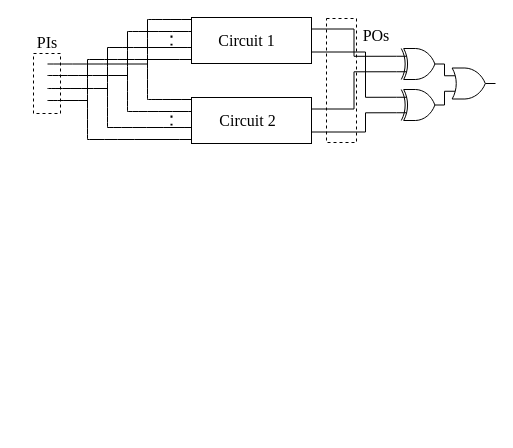
Before: dp/miter.drawio in hyw-num/alg, a draw.io diagram. Source tidied: cells renumbered, new cells numbered last; positions are measured from the earlier drawing's top-left corner, leaving out a move shared by most shapes. Both pictures are drawn from the tidied source at 100%, with x=0, y=0 at pixel (17, 17).
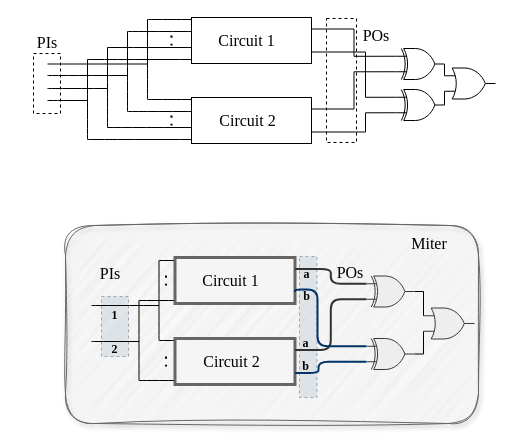
Above is the later version.

Change to the diagram source:
```diff
@@
+    <mxCell id="39" style="rounded=1;whiteSpace=wrap;html=1;fillColor=#f5f5f5;strokeColor=#666666;fontFamily=Times New Roman;shadow=1;labelBackgroundColor=none;glass=0;sketch=1;curveFitting=1;jiggle=2;fontColor=#333333;" parent="1" vertex="1">
+      <mxGeometry x="48" y="208" width="413" height="198" as="geometry" />
+    </mxCell>
+    <mxCell id="40" style="rounded=0;whiteSpace=wrap;html=1;dashed=1;fillColor=#bac8d3;strokeColor=#23445d;labelBackgroundColor=#D4E1F5;opacity=40;fontFamily=Times New Roman;" parent="1" vertex="1">
+      <mxGeometry x="84" y="279" width="27" height="60" as="geometry" />
+    </mxCell>
@@
+    <mxCell id="41" style="endArrow=none;html=1;rounded=0;fontSize=12;startSize=8;endSize=8;curved=1;fontFamily=Times New Roman;" parent="1" edge="1">
+      <mxGeometry relative="1" as="geometry">
+        <mxPoint x="141.5" y="243" as="sourcePoint" />
+        <mxPoint x="173.5" y="243" as="targetPoint" />
+      </mxGeometry>
+    </mxCell>
+    <mxCell id="42" style="endArrow=none;html=1;rounded=0;fontSize=12;startSize=8;endSize=8;curved=1;fontFamily=Times New Roman;" parent="1" edge="1">
+      <mxGeometry relative="1" as="geometry">
+        <mxPoint x="141.5" y="323" as="sourcePoint" />
+        <mxPoint x="173.5" y="323" as="targetPoint" />
+      </mxGeometry>
+    </mxCell>
+    <mxCell id="43" style="endArrow=none;html=1;rounded=0;fontSize=12;startSize=8;endSize=8;curved=1;fontFamily=Times New Roman;" parent="1" edge="1">
+      <mxGeometry relative="1" as="geometry">
+        <mxPoint x="141.5" y="323" as="sourcePoint" />
+        <mxPoint x="141.5" y="243" as="targetPoint" />
+      </mxGeometry>
+    </mxCell>
+    <mxCell id="44" style="endArrow=none;html=1;rounded=0;fontSize=12;startSize=8;endSize=8;curved=1;fontFamily=Times New Roman;" parent="1" edge="1">
+      <mxGeometry relative="1" as="geometry">
+        <mxPoint x="121.5" y="363" as="sourcePoint" />
+        <mxPoint x="173.5" y="363" as="targetPoint" />
+      </mxGeometry>
+    </mxCell>
+    <mxCell id="45" style="endArrow=none;html=1;rounded=0;fontSize=12;startSize=8;endSize=8;curved=1;fontFamily=Times New Roman;" parent="1" edge="1">
+      <mxGeometry relative="1" as="geometry">
+        <mxPoint x="121.5" y="283" as="sourcePoint" />
+        <mxPoint x="173.5" y="283" as="targetPoint" />
+      </mxGeometry>
+    </mxCell>
+    <mxCell id="46" style="endArrow=none;html=1;rounded=0;fontSize=12;startSize=8;endSize=8;curved=1;labelBackgroundColor=#D4E1F5;fontFamily=Times New Roman;" parent="1" edge="1">
+      <mxGeometry relative="1" as="geometry">
+        <mxPoint x="121.5" y="363" as="sourcePoint" />
+        <mxPoint x="121.5" y="283" as="targetPoint" />
+      </mxGeometry>
+    </mxCell>
+    <mxCell id="47" style="endArrow=none;html=1;rounded=0;fontSize=12;startSize=8;endSize=8;curved=1;labelBackgroundColor=#D4E1F5;fontFamily=Times New Roman;" parent="1" edge="1">
+      <mxGeometry relative="1" as="geometry">
+        <mxPoint x="74" y="324" as="sourcePoint" />
+        <mxPoint x="121.5" y="324" as="targetPoint" />
+      </mxGeometry>
+    </mxCell>
+    <mxCell id="48" style="endArrow=none;html=1;rounded=0;fontSize=12;startSize=8;endSize=8;curved=1;fontFamily=Times New Roman;" parent="1" edge="1">
+      <mxGeometry relative="1" as="geometry">
+        <mxPoint x="74" y="288" as="sourcePoint" />
+        <mxPoint x="141.5" y="288" as="targetPoint" />
+      </mxGeometry>
+    </mxCell>
+    <mxCell id="49" style="group;fillColor=none;fontFamily=Times New Roman;" parent="1" vertex="1">
+      <mxGeometry x="173.5" y="321" width="170" height="86" as="geometry" />
+    </mxCell>
+    <mxCell id="50" style="rounded=0;whiteSpace=wrap;html=1;fillColor=#f5f5f5;fontColor=#333333;strokeColor=#666666;strokeWidth=3;fontFamily=Times New Roman;" parent="49" vertex="1">
+      <mxGeometry x="-16" width="120" height="46" as="geometry" />
+    </mxCell>
+    <mxCell id="51" style="endArrow=none;dashed=1;html=1;dashPattern=1 3;strokeWidth=2;rounded=0;fontSize=12;startSize=8;endSize=8;curved=1;fontFamily=Times New Roman;" parent="49" edge="1">
+      <mxGeometry relative="1" as="geometry">
+        <mxPoint x="-25" y="28" as="sourcePoint" />
+        <mxPoint x="-25" y="12" as="targetPoint" />
+      </mxGeometry>
+    </mxCell>
+    <mxCell id="52" value="&lt;font&gt;Circuit 2&lt;/font&gt;" style="text;html=1;align=center;verticalAlign=middle;whiteSpace=wrap;rounded=0;fontSize=16;fontFamily=Times New Roman;" parent="49" vertex="1">
+      <mxGeometry x="8" y="8" width="65" height="30" as="geometry" />
+    </mxCell>
+    <mxCell id="53" style="rounded=0;whiteSpace=wrap;html=1;dashed=1;fillColor=#bac8d3;strokeColor=#23445d;opacity=40;fontFamily=Times New Roman;" parent="49" vertex="1">
+      <mxGeometry x="108.5" y="-82" width="17.5" height="141" as="geometry" />
+    </mxCell>
+    <mxCell id="54" value="&lt;b style=&quot;font-size: 12px;&quot;&gt;a&lt;/b&gt;" style="text;html=1;align=center;verticalAlign=middle;whiteSpace=wrap;rounded=0;fontSize=16;fontFamily=Times New Roman;" parent="49" vertex="1">
+      <mxGeometry x="87.5" y="-10" width="54.5" height="25" as="geometry" />
+    </mxCell>
+    <mxCell id="55" value="&lt;b style=&quot;font-size: 12px;&quot;&gt;b&lt;/b&gt;" style="text;html=1;align=center;verticalAlign=middle;whiteSpace=wrap;rounded=0;fontSize=16;fontFamily=Times New Roman;" parent="49" vertex="1">
+      <mxGeometry x="87.5" y="13" width="54.5" height="25" as="geometry" />
+    </mxCell>
+    <mxCell id="56" style="group;fillColor=none;strokeWidth=1;fontFamily=Times New Roman;" parent="1" vertex="1">
+      <mxGeometry x="173.5" y="240" width="199" height="52.5" as="geometry" />
+    </mxCell>
+    <mxCell id="57" style="rounded=0;whiteSpace=wrap;html=1;fillColor=#f5f5f5;fontColor=#333333;strokeColor=#666666;strokeWidth=3;fontFamily=Times New Roman;" parent="56" vertex="1">
+      <mxGeometry x="-16" width="120" height="46" as="geometry" />
+    </mxCell>
+    <mxCell id="58" style="endArrow=none;dashed=1;html=1;dashPattern=1 3;strokeWidth=2;rounded=0;fontSize=12;startSize=8;endSize=8;curved=1;fontFamily=Times New Roman;" parent="56" edge="1">
+      <mxGeometry relative="1" as="geometry">
+        <mxPoint x="-25" y="28" as="sourcePoint" />
+        <mxPoint x="-25" y="12" as="targetPoint" />
+      </mxGeometry>
+    </mxCell>
+    <mxCell id="59" value="&lt;font&gt;Circuit 1&lt;/font&gt;" style="text;html=1;align=center;verticalAlign=middle;whiteSpace=wrap;rounded=0;fontSize=16;fontFamily=Times New Roman;" parent="56" vertex="1">
+      <mxGeometry x="7" y="8" width="65" height="30" as="geometry" />
+    </mxCell>
+    <mxCell id="60" value="&lt;font&gt;POs&lt;/font&gt;" style="text;html=1;align=center;verticalAlign=middle;whiteSpace=wrap;rounded=0;fontSize=16;fontFamily=Times New Roman;" parent="56" vertex="1">
+      <mxGeometry x="129.5" width="60" height="30" as="geometry" />
+    </mxCell>
+    <mxCell id="61" value="&lt;b style=&quot;font-size: 12px;&quot;&gt;a&lt;/b&gt;" style="text;html=1;align=center;verticalAlign=middle;whiteSpace=wrap;rounded=0;fontSize=16;fontFamily=Times New Roman;" parent="56" vertex="1">
+      <mxGeometry x="88.5" y="2.5" width="54.5" height="25" as="geometry" />
+    </mxCell>
+    <mxCell id="62" value="&lt;b style=&quot;font-size: 12px;&quot;&gt;b&lt;/b&gt;" style="text;html=1;align=center;verticalAlign=middle;whiteSpace=wrap;rounded=0;fontSize=16;fontFamily=Times New Roman;" parent="56" vertex="1">
+      <mxGeometry x="88.5" y="24.5" width="54.5" height="25" as="geometry" />
+    </mxCell>
+    <mxCell id="63" style="edgeStyle=orthogonalEdgeStyle;rounded=1;jettySize=auto;html=1;exitX=0;exitY=0.25;exitDx=0;exitDy=0;exitPerimeter=0;entryX=1;entryY=0.25;entryDx=0;entryDy=0;fontSize=12;startSize=8;endSize=8;endArrow=none;endFill=0;curved=0;strokeWidth=2;strokeColor=#333333;fontFamily=Times New Roman;" parent="1" edge="1" source="66" target="57">
+      <mxGeometry relative="1" as="geometry" />
+    </mxCell>
+    <mxCell id="64" style="edgeStyle=orthogonalEdgeStyle;rounded=1;jettySize=auto;html=1;exitX=0;exitY=0.75;exitDx=0;exitDy=0;exitPerimeter=0;entryX=1;entryY=0.25;entryDx=0;entryDy=0;fontSize=12;startSize=8;endSize=8;endArrow=none;endFill=0;curved=0;strokeWidth=2;strokeColor=#333333;fontFamily=Times New Roman;" parent="1" edge="1" source="66" target="50">
+      <mxGeometry relative="1" as="geometry" />
+    </mxCell>
+    <mxCell id="65" style="edgeStyle=orthogonalEdgeStyle;rounded=0;jettySize=auto;html=1;exitX=1;exitY=0.5;exitDx=0;exitDy=0;exitPerimeter=0;fontSize=12;startSize=8;endSize=8;endArrow=none;endFill=0;entryX=0;entryY=0.25;entryDx=0;entryDy=0;entryPerimeter=0;fontFamily=Times New Roman;" parent="1" edge="1" source="66" target="72">
+      <mxGeometry relative="1" as="geometry" />
+    </mxCell>
+    <mxCell id="66" style="verticalLabelPosition=bottom;shadow=0;dashed=0;align=center;html=1;verticalAlign=top;shape=mxgraph.electrical.logic_gates.logic_gate;operation=xor;fillColor=#eeeeee;strokeColor=#36393d;fontFamily=Times New Roman;" parent="1" vertex="1">
+      <mxGeometry x="349" y="258.5" width="48" height="31" as="geometry" />
+    </mxCell>
+    <mxCell id="67" style="edgeStyle=orthogonalEdgeStyle;rounded=1;jettySize=auto;html=1;exitX=0;exitY=0.25;exitDx=0;exitDy=0;exitPerimeter=0;entryX=1;entryY=0.75;entryDx=0;entryDy=0;fontSize=12;startSize=8;endSize=8;endArrow=none;endFill=0;curved=0;strokeWidth=2;strokeColor=#003366;fontFamily=Times New Roman;" parent="1" edge="1" source="70" target="57">
+      <mxGeometry relative="1" as="geometry">
+        <Array as="points">
+          <mxPoint x="300" y="329" />
+          <mxPoint x="300" y="272" />
+          <mxPoint x="278" y="272" />
+        </Array>
+      </mxGeometry>
+    </mxCell>
+    <mxCell id="68" style="edgeStyle=orthogonalEdgeStyle;rounded=1;jettySize=auto;html=1;exitX=0;exitY=0.75;exitDx=0;exitDy=0;exitPerimeter=0;entryX=1;entryY=0.75;entryDx=0;entryDy=0;fontSize=12;startSize=8;endSize=8;endArrow=none;endFill=0;curved=0;strokeWidth=2;strokeColor=#003366;fontFamily=Times New Roman;" parent="1" edge="1" source="70" target="50">
+      <mxGeometry relative="1" as="geometry">
+        <Array as="points">
+          <mxPoint x="301" y="344" />
+          <mxPoint x="301" y="356" />
+        </Array>
+      </mxGeometry>
+    </mxCell>
+    <mxCell id="69" style="edgeStyle=orthogonalEdgeStyle;rounded=0;jettySize=auto;html=1;exitX=1;exitY=0.5;exitDx=0;exitDy=0;exitPerimeter=0;fontSize=12;startSize=8;endSize=8;endArrow=none;endFill=0;entryX=0;entryY=0.75;entryDx=0;entryDy=0;entryPerimeter=0;fontFamily=Times New Roman;" parent="1" edge="1" source="70" target="72">
+      <mxGeometry relative="1" as="geometry" />
+    </mxCell>
+    <mxCell id="70" style="verticalLabelPosition=bottom;shadow=0;dashed=0;align=center;html=1;verticalAlign=top;shape=mxgraph.electrical.logic_gates.logic_gate;operation=xor;fillColor=#eeeeee;strokeColor=#36393d;fontFamily=Times New Roman;" parent="1" vertex="1">
+      <mxGeometry x="349" y="321" width="48" height="31" as="geometry" />
+    </mxCell>
+    <mxCell id="71" value="&lt;font&gt;PIs&lt;/font&gt;" style="text;html=1;align=center;verticalAlign=middle;whiteSpace=wrap;rounded=0;fontSize=16;fontFamily=Times New Roman;" parent="1" vertex="1">
+      <mxGeometry x="63" y="241" width="60" height="30" as="geometry" />
+    </mxCell>
+    <mxCell id="72" style="verticalLabelPosition=bottom;shadow=0;dashed=0;align=center;html=1;verticalAlign=top;shape=mxgraph.electrical.logic_gates.logic_gate;operation=or;fillColor=#eeeeee;strokeColor=#36393d;fontFamily=Times New Roman;" parent="1" vertex="1">
+      <mxGeometry x="406" y="290.5" width="51" height="31" as="geometry" />
+    </mxCell>
+    <mxCell id="73" value="&lt;b style=&quot;font-size: 12px;&quot;&gt;1&lt;/b&gt;" style="text;html=1;align=center;verticalAlign=middle;whiteSpace=wrap;rounded=0;fontSize=16;fontFamily=Times New Roman;" parent="1" vertex="1">
+      <mxGeometry x="70.2" y="283" width="54.5" height="25" as="geometry" />
+    </mxCell>
+    <mxCell id="74" value="&lt;b style=&quot;font-size: 12px;&quot;&gt;2&lt;/b&gt;" style="text;html=1;align=center;verticalAlign=middle;whiteSpace=wrap;rounded=0;fontSize=16;fontFamily=Times New Roman;" parent="1" vertex="1">
+      <mxGeometry x="70.2" y="317" width="54.5" height="25" as="geometry" />
+    </mxCell>
+    <mxCell id="75" value="&lt;font face=&quot;Times New Roman&quot;&gt;Miter&lt;/font&gt;" style="text;html=1;align=center;verticalAlign=middle;whiteSpace=wrap;rounded=0;fontSize=16;" parent="1" vertex="1">
+      <mxGeometry x="382" y="211" width="60" height="30" as="geometry" />
+    </mxCell>
```
